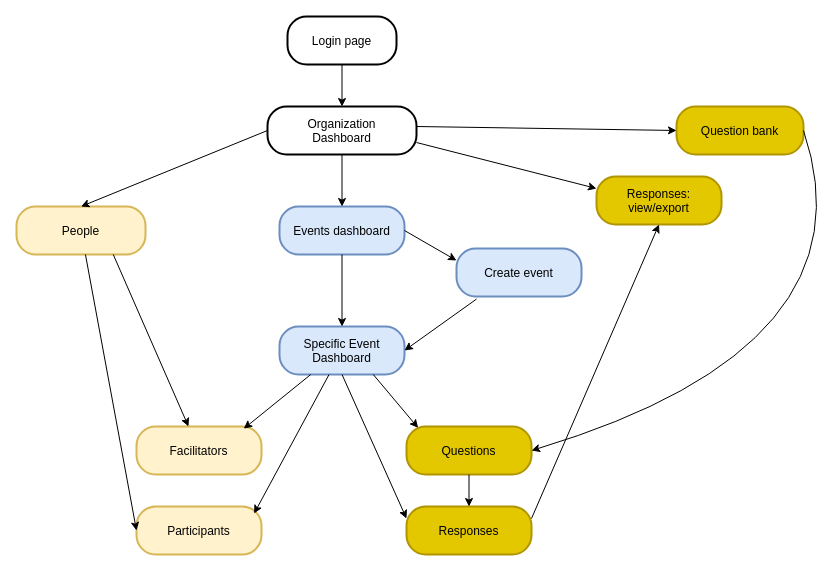
laurapg1214/impact-web-interface keeps this draw.io diagram as documentation/web-pages-relationships.drawio. Above is the earlier version. Source tidied: cells renumbered, new cells numbered last; positions are measured from the earlier drawing's top-left corner, leaving out a move shared by most shapes. Both pictures are drawn from the tidied source at 100%, with x=0, y=0 at pixel (16, 16).
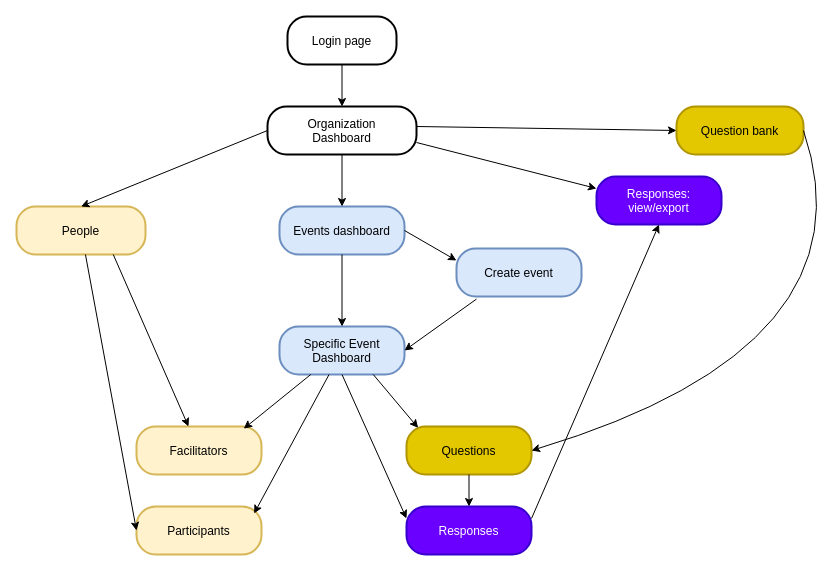
Above is the later version.

What changed in the source:
```diff
@@
-    <mxCell id="8" value="Responses:&#10;view/export" style="rounded=1;arcSize=40;strokeWidth=2;fillColor=#e3c800;strokeColor=#B09500;fontColor=#000000;" parent="1" vertex="1">
+    <mxCell id="8" value="Responses:&#10;view/export" style="rounded=1;arcSize=40;strokeWidth=2;fillColor=#6a00ff;strokeColor=#3700CC;fontColor=#ffffff;" parent="1" vertex="1">
       <mxGeometry x="580" y="160" width="125" height="48" as="geometry" />
     </mxCell>
@@
-    <mxCell id="13" value="Responses" style="rounded=1;arcSize=40;strokeWidth=2;fillColor=#e3c800;strokeColor=#B09500;fontColor=#000000;" parent="1" vertex="1">
+    <mxCell id="13" value="Responses" style="rounded=1;arcSize=40;strokeWidth=2;fillColor=#6a00ff;strokeColor=#3700CC;fontColor=#ffffff;" parent="1" vertex="1">
       <mxGeometry x="390" y="490" width="125" height="48" as="geometry" />
     </mxCell>
```
